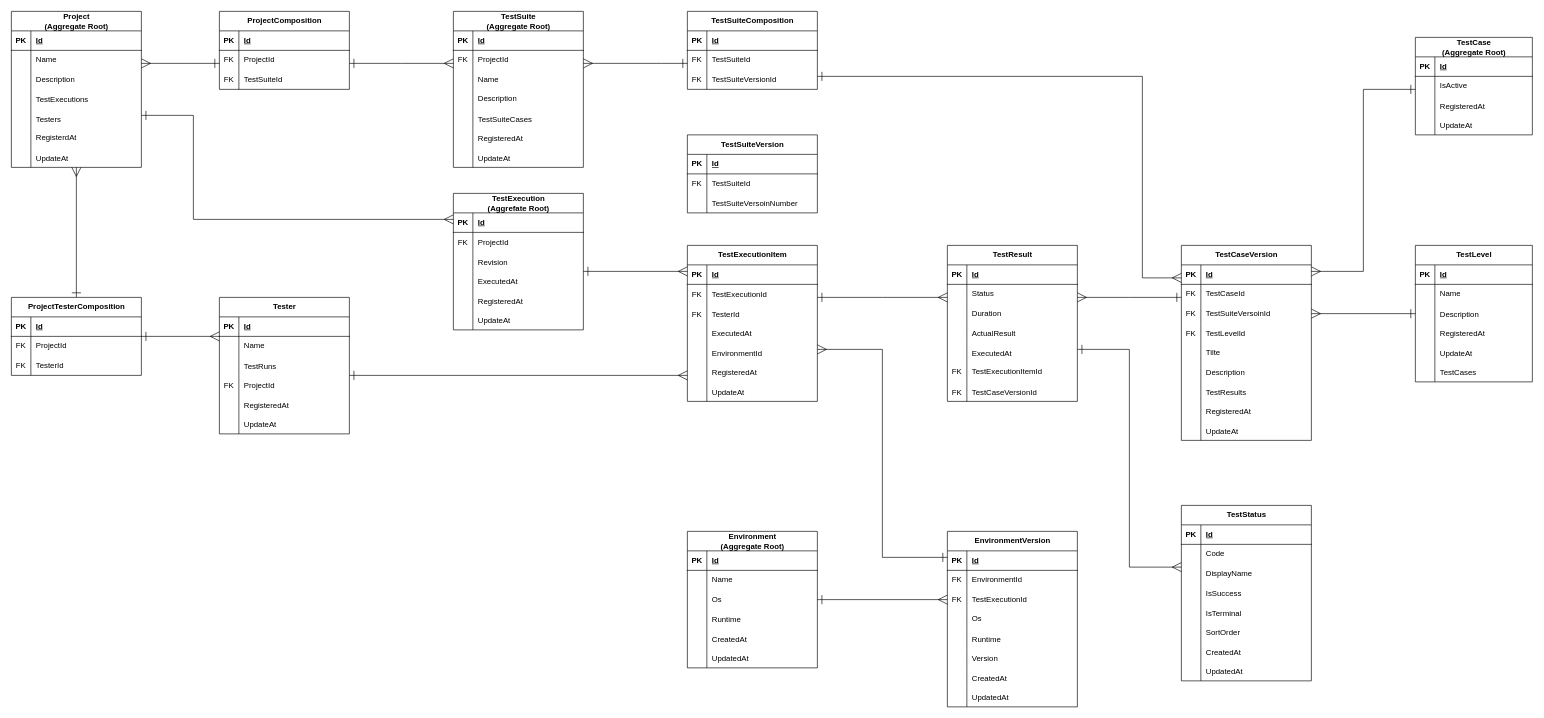
The draw.io diagram page "テスト結果管理" (1 of 4) of doc/design/ER_diagram.drawio in CountrySideEngineer/TestManagement, before the edit. Source tidied: cells renumbered, new cells numbered last; positions are measured from the earlier drawing's top-left corner, leaving out a move shared by most shapes. Both pictures are drawn from the tidied source at 65%, with x=0, y=0 at pixel (11, 11).
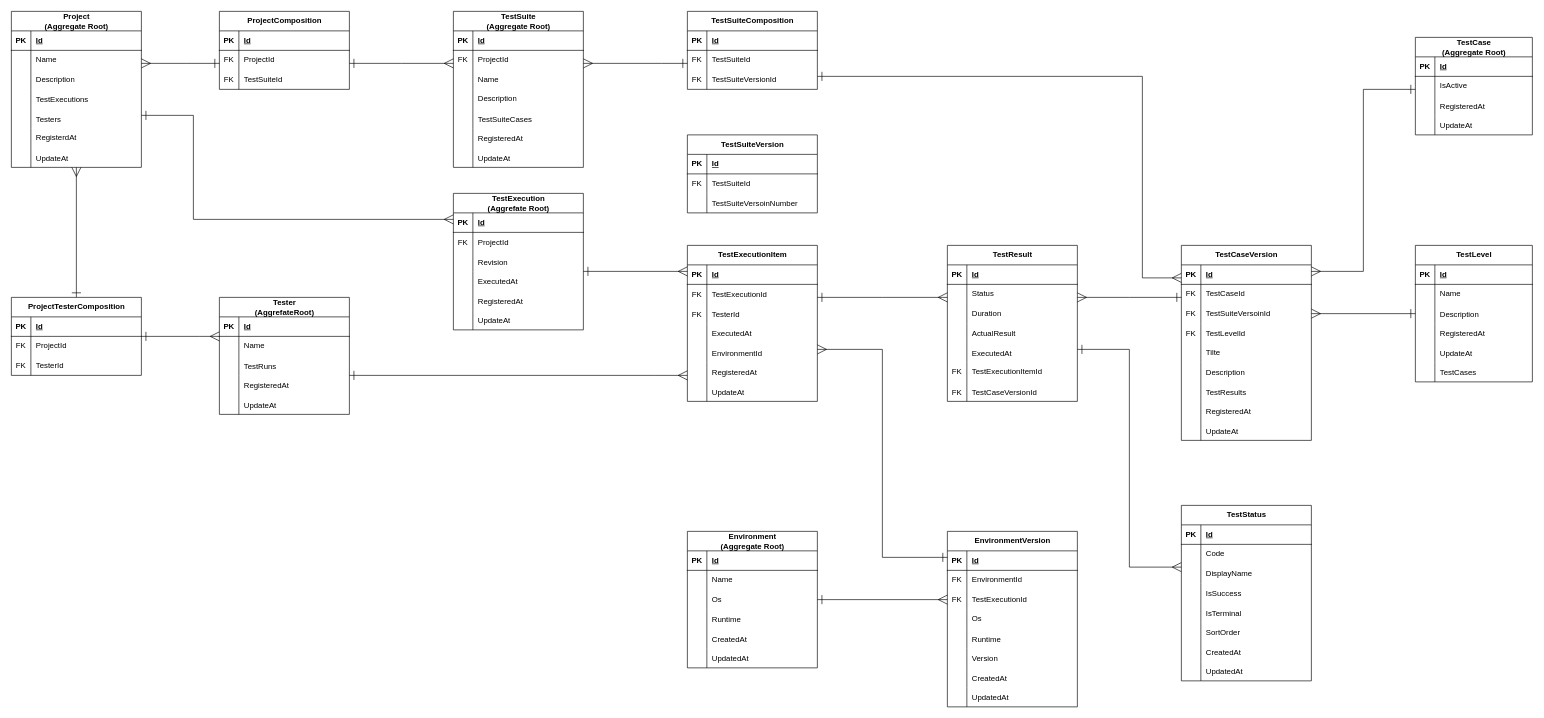
Above is the later version.

Commit message (it also covers changes not shown here):
Add ProjectTesterComposition class.

What changed in the source:
```diff
@@
-    <mxCell id="37" value="Tester" style="shape=table;startSize=30;childLayout=tableLayout;rowLines=0;fontStyle=1;align=center;html=1;" parent="1" vertex="1">
-      <mxGeometry x="320" y="440" width="200" height="210" as="geometry" />
+    <mxCell id="37" value="Tester&lt;div&gt;(AggrefateRoot)&lt;/div&gt;" style="shape=table;startSize=30;childLayout=tableLayout;rowLines=0;fontStyle=1;align=center;html=1;" parent="1" vertex="1">
+      <mxGeometry x="320" y="440" width="200" height="180" as="geometry" />
     </mxCell>
@@
-    <mxCell id="47" style="shape=tableRow;horizontal=0;startSize=0;swimlaneHead=0;swimlaneBody=0;fillColor=none;top=0;left=0;right=0;bottom=0;" parent="37" vertex="1">
-      <mxGeometry y="120" width="200" height="30" as="geometry" />
-    </mxCell>
-    <mxCell id="48" value="FK" style="shape=partialRectangle;fillColor=none;top=0;left=0;bottom=0;right=0;overflow=hidden;" parent="47" vertex="1">
-      <mxGeometry width="30" height="30" as="geometry" />
-    </mxCell>
-    <mxCell id="49" value="ProjectId" style="shape=partialRectangle;fillColor=none;top=0;left=0;bottom=0;right=0;align=left;spacingLeft=6;overflow=hidden;" parent="47" vertex="1">
-      <mxGeometry x="30" width="170" height="30" as="geometry" />
-    </mxCell>
     <mxCell id="50" style="shape=tableRow;horizontal=0;startSize=0;swimlaneHead=0;swimlaneBody=0;fillColor=none;top=0;left=0;right=0;bottom=0;" parent="37" vertex="1">
-      <mxGeometry y="150" width="200" height="30" as="geometry" />
+      <mxGeometry y="120" width="200" height="30" as="geometry" />
     </mxCell>
@@
     <mxCell id="53" style="shape=tableRow;horizontal=0;startSize=0;swimlaneHead=0;swimlaneBody=0;fillColor=none;top=0;left=0;right=0;bottom=0;" parent="37" vertex="1">
-      <mxGeometry y="180" width="200" height="30" as="geometry" />
+      <mxGeometry y="150" width="200" height="30" as="geometry" />
     </mxCell>
```
